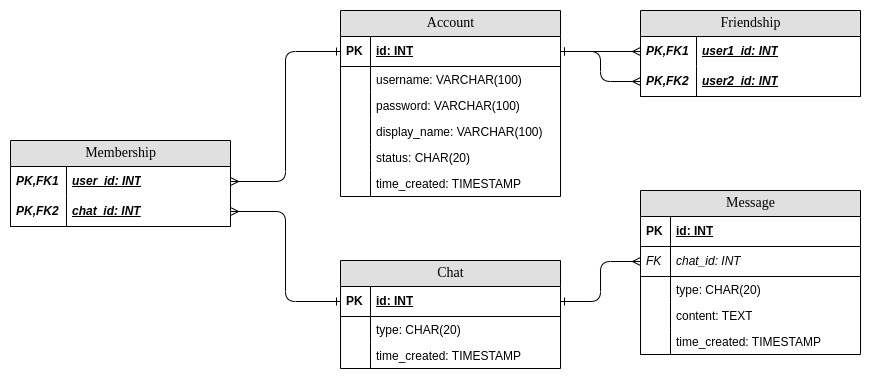
The draw.io diagram Design/database/database-schema.png in vietnq2291/network-programming-project-20222, before a commit. Source tidied: cells renumbered, new cells last; positions are measured from the earlier drawing's top-left corner, leaving out a move shared by most shapes.
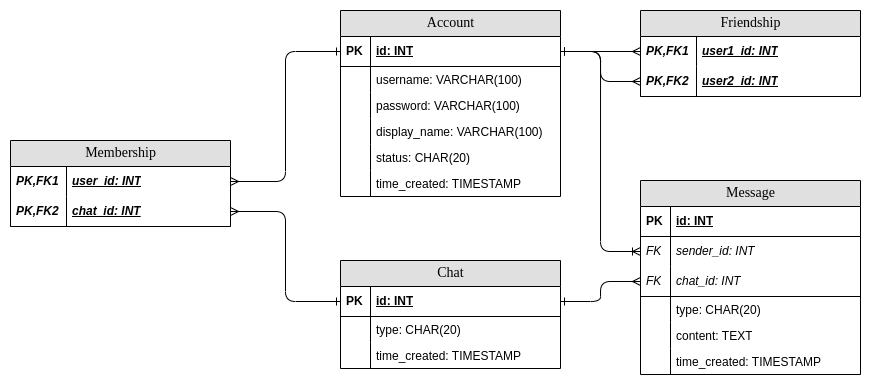
After the commit.

Commit message:
update database schema

What changed in the source:
```diff
@@ -57,7 +57,7 @@
       <mxGeometry width="30" height="26" as="geometry" />
     </mxCell>
     <mxCell id="20" value="Message" style="swimlane;html=1;fontStyle=0;horizontal=1;startSize=26;fillColor=#e0e0e0;swimlaneFillColor=#ffffff;align=center;rounded=0;shadow=0;comic=0;labelBackgroundColor=none;strokeWidth=1;fontFamily=Verdana;fontSize=14;" parent="1" vertex="1">
-      <mxGeometry x="630" y="180" width="220" height="164" as="geometry" />
+      <mxGeometry x="630" y="170" width="220" height="194" as="geometry" />
     </mxCell>
     <mxCell id="21" value="id: INT" style="shape=partialRectangle;top=0;left=0;right=0;bottom=1;html=1;align=left;verticalAlign=middle;fillColor=none;spacingLeft=34;spacingRight=4;whiteSpace=wrap;overflow=hidden;fontStyle=5;" parent="20" vertex="1">
       <mxGeometry y="26" width="220" height="30" as="geometry" />
@@ -65,26 +65,32 @@
     <mxCell id="22" value="PK" style="shape=partialRectangle;top=0;left=0;bottom=0;html=1;fillColor=none;align=left;verticalAlign=middle;spacingLeft=4;spacingRight=4;whiteSpace=wrap;overflow=hidden;fontStyle=1;" parent="21" vertex="1">
       <mxGeometry width="30" height="30" as="geometry" />
     </mxCell>
+    <mxCell id="48" value="sender_id: INT" style="shape=partialRectangle;top=0;left=0;right=0;bottom=1;html=1;align=left;verticalAlign=middle;fillColor=none;spacingLeft=34;spacingRight=4;whiteSpace=wrap;overflow=hidden;points=[[0,0.5],[1,0.5]];portConstraint=eastwest;fontStyle=2;strokeColor=none;" parent="20" vertex="1">
+      <mxGeometry y="56" width="220" height="30" as="geometry" />
+    </mxCell>
+    <mxCell id="49" value="FK" style="shape=partialRectangle;top=0;left=0;bottom=0;html=1;fillColor=none;align=left;verticalAlign=middle;spacingLeft=4;spacingRight=4;whiteSpace=wrap;overflow=hidden;fontStyle=2;" parent="48" vertex="1">
+      <mxGeometry width="30" height="30" as="geometry" />
+    </mxCell>
     <mxCell id="23" value="chat_id: INT" style="shape=partialRectangle;top=0;left=0;right=0;bottom=1;html=1;align=left;verticalAlign=middle;fillColor=none;spacingLeft=34;spacingRight=4;whiteSpace=wrap;overflow=hidden;points=[[0,0.5],[1,0.5]];portConstraint=eastwest;fontStyle=2;" parent="20" vertex="1">
-      <mxGeometry y="56" width="220" height="30" as="geometry" />
+      <mxGeometry y="86" width="220" height="30" as="geometry" />
     </mxCell>
     <mxCell id="24" value="FK" style="shape=partialRectangle;top=0;left=0;bottom=0;html=1;fillColor=none;align=left;verticalAlign=middle;spacingLeft=4;spacingRight=4;whiteSpace=wrap;overflow=hidden;fontStyle=2;" parent="23" vertex="1">
       <mxGeometry width="30" height="30" as="geometry" />
     </mxCell>
     <mxCell id="25" value="type: CHAR(20)" style="shape=partialRectangle;top=0;left=0;right=0;bottom=0;html=1;align=left;verticalAlign=top;fillColor=none;spacingLeft=34;spacingRight=4;whiteSpace=wrap;overflow=hidden;" parent="20" vertex="1">
-      <mxGeometry y="86" width="220" height="26" as="geometry" />
+      <mxGeometry y="116" width="220" height="26" as="geometry" />
     </mxCell>
     <mxCell id="26" style="shape=partialRectangle;top=0;left=0;bottom=0;html=1;fillColor=none;align=left;verticalAlign=top;spacingLeft=4;spacingRight=4;whiteSpace=wrap;overflow=hidden;" parent="25" vertex="1">
       <mxGeometry width="30" height="26" as="geometry" />
     </mxCell>
     <mxCell id="27" value="content: TEXT" style="shape=partialRectangle;top=0;left=0;right=0;bottom=0;html=1;align=left;verticalAlign=top;fillColor=none;spacingLeft=34;spacingRight=4;whiteSpace=wrap;overflow=hidden;" parent="20" vertex="1">
-      <mxGeometry y="112" width="220" height="26" as="geometry" />
+      <mxGeometry y="142" width="220" height="26" as="geometry" />
     </mxCell>
     <mxCell id="28" style="shape=partialRectangle;top=0;left=0;bottom=0;html=1;fillColor=none;align=left;verticalAlign=top;spacingLeft=4;spacingRight=4;whiteSpace=wrap;overflow=hidden;" parent="27" vertex="1">
       <mxGeometry width="30" height="26" as="geometry" />
     </mxCell>
     <mxCell id="29" value="time_created: TIMESTAMP" style="shape=partialRectangle;top=0;left=0;right=0;bottom=0;html=1;align=left;verticalAlign=top;fillColor=none;spacingLeft=34;spacingRight=4;whiteSpace=wrap;overflow=hidden;" parent="20" vertex="1">
-      <mxGeometry y="138" width="220" height="26" as="geometry" />
+      <mxGeometry y="168" width="220" height="26" as="geometry" />
     </mxCell>
     <mxCell id="30" style="shape=partialRectangle;top=0;left=0;bottom=0;html=1;fillColor=none;align=left;verticalAlign=top;spacingLeft=4;spacingRight=4;whiteSpace=wrap;overflow=hidden;" parent="29" vertex="1">
       <mxGeometry width="30" height="26" as="geometry" />
@@ -140,5 +146,8 @@
     <mxCell id="47" style="shape=partialRectangle;top=0;left=0;bottom=0;html=1;fillColor=none;align=left;verticalAlign=top;spacingLeft=4;spacingRight=4;whiteSpace=wrap;overflow=hidden;" parent="46" vertex="1">
       <mxGeometry width="30" height="26" as="geometry" />
     </mxCell>
+    <mxCell id="50" style="edgeStyle=orthogonalEdgeStyle;rounded=1;jettySize=auto;html=1;entryX=1;entryY=0.5;entryDx=0;entryDy=0;endArrow=ERone;endFill=0;startArrow=ERoneToMany;startFill=0;" parent="1" edge="1" source="48" target="8">
+      <mxGeometry relative="1" as="geometry" />
+    </mxCell>
   </root>
 </mxGraphModel>
```
